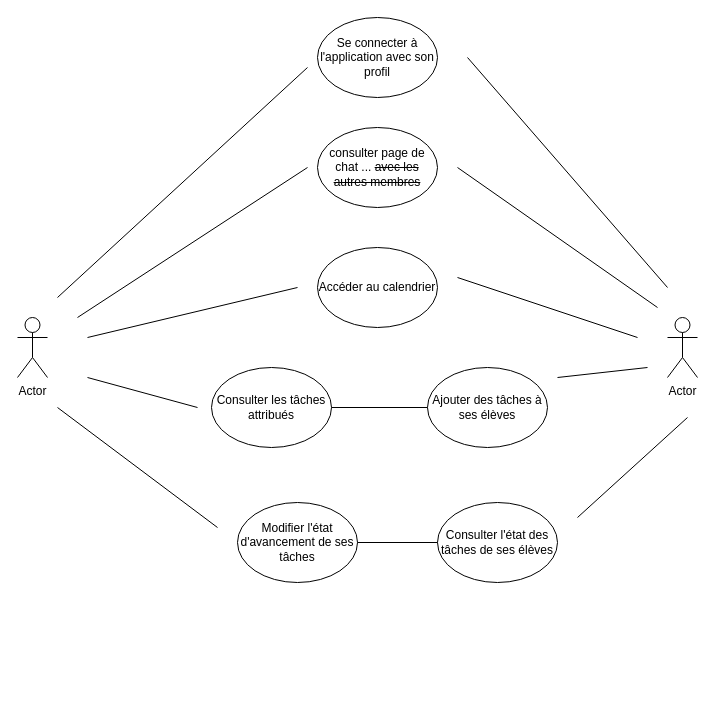
LouisMaupas/LouisMaupas_10_21022022 keeps this draw.io diagram as diagrammes de cas d’usage.drawio. Above is the earlier version. Source tidied: cells renumbered, new cells numbered last; positions are measured from the earlier drawing's top-left corner, leaving out a move shared by most shapes. Both pictures are drawn from the tidied source at 100%, with x=0, y=0 at pixel (17, 17).
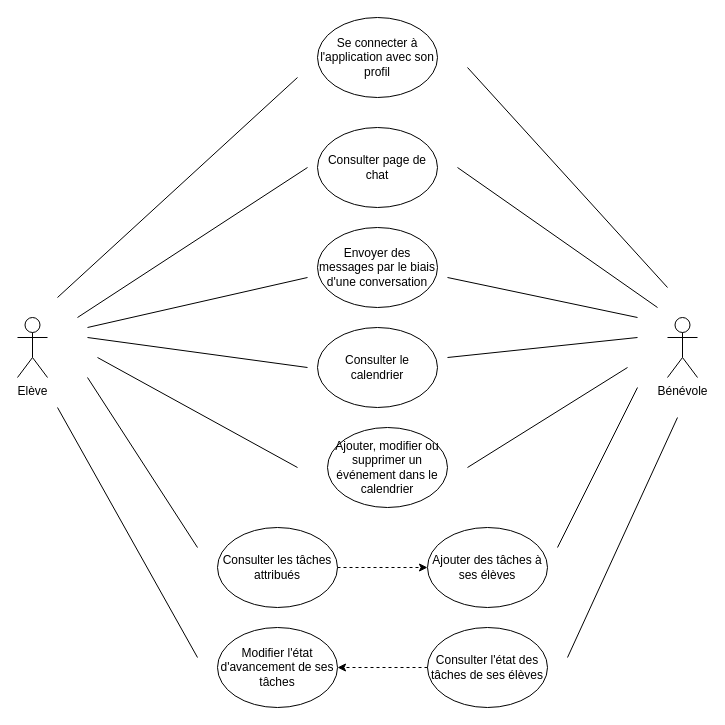
After the change.

Change to the diagram source:
```diff
@@
-    <mxCell id="2" value="Actor" style="shape=umlActor;verticalLabelPosition=bottom;verticalAlign=top;html=1;" parent="1" vertex="1">
+    <mxCell id="2" value="Elève" style="shape=umlActor;verticalLabelPosition=bottom;verticalAlign=top;html=1;" parent="1" vertex="1">
       <mxGeometry y="300" width="30" height="60" as="geometry" />
     </mxCell>
-    <mxCell id="3" value="consulter page de chat ... &lt;strike&gt;avec les autres membres&lt;/strike&gt;" style="ellipse;whiteSpace=wrap;html=1;" parent="1" vertex="1">
+    <mxCell id="3" value="Consulter page de chat" style="ellipse;whiteSpace=wrap;html=1;" parent="1" vertex="1">
       <mxGeometry x="300" y="110" width="120" height="80" as="geometry" />
     </mxCell>
-    <mxCell id="4" value="Accéder au calendrier" style="ellipse;whiteSpace=wrap;html=1;" parent="1" vertex="1">
-      <mxGeometry x="300" y="230" width="120" height="80" as="geometry" />
+    <mxCell id="4" value="Consulter le calendrier" style="ellipse;whiteSpace=wrap;html=1;" parent="1" vertex="1">
+      <mxGeometry x="300" y="310" width="120" height="80" as="geometry" />
     </mxCell>
     <mxCell id="5" value="Consulter l'état des tâches de ses élèves" style="ellipse;whiteSpace=wrap;html=1;" parent="1" vertex="1">
-      <mxGeometry x="420" y="485" width="120" height="80" as="geometry" />
+      <mxGeometry x="410" y="610" width="120" height="80" as="geometry" />
     </mxCell>
     <mxCell id="6" value="Consulter les tâches attribués" style="ellipse;whiteSpace=wrap;html=1;" parent="1" vertex="1">
-      <mxGeometry x="194" y="350" width="120" height="80" as="geometry" />
+      <mxGeometry x="200" y="510" width="120" height="80" as="geometry" />
     </mxCell>
     <mxCell id="7" value="Modifier l'état d'avancement de ses tâches" style="ellipse;whiteSpace=wrap;html=1;" parent="1" vertex="1">
-      <mxGeometry x="220" y="485" width="120" height="80" as="geometry" />
+      <mxGeometry x="200" y="610" width="120" height="80" as="geometry" />
     </mxCell>
-    <mxCell id="8" value="Actor" style="shape=umlActor;verticalLabelPosition=bottom;verticalAlign=top;html=1;" parent="1" vertex="1">
+    <mxCell id="8" value="Bénévole" style="shape=umlActor;verticalLabelPosition=bottom;verticalAlign=top;html=1;" parent="1" vertex="1">
       <mxGeometry x="650" y="300" width="30" height="60" as="geometry" />
     </mxCell>
@@
     <mxCell id="10" style="endArrow=none;html=1;rounded=0;" parent="1" edge="1">
       <mxGeometry relative="1" as="geometry">
         <mxPoint x="70" y="320" as="sourcePoint" />
-        <mxPoint x="280" y="270" as="targetPoint" />
+        <mxPoint x="290" y="350" as="targetPoint" />
       </mxGeometry>
     </mxCell>
     <mxCell id="11" style="endArrow=none;html=1;rounded=0;" parent="1" edge="1">
       <mxGeometry relative="1" as="geometry">
         <mxPoint x="70" y="360" as="sourcePoint" />
-        <mxPoint x="180" y="390" as="targetPoint" />
+        <mxPoint x="180" y="530" as="targetPoint" />
       </mxGeometry>
     </mxCell>
     <mxCell id="12" style="endArrow=none;html=1;rounded=0;" parent="1" edge="1">
       <mxGeometry relative="1" as="geometry">
         <mxPoint x="40" y="390" as="sourcePoint" />
-        <mxPoint x="200" y="510" as="targetPoint" />
+        <mxPoint x="180" y="640" as="targetPoint" />
       </mxGeometry>
     </mxCell>
@@
     <mxCell id="14" style="endArrow=none;html=1;rounded=0;" parent="1" edge="1">
       <mxGeometry relative="1" as="geometry">
-        <mxPoint x="540" y="360" as="sourcePoint" />
-        <mxPoint x="630" y="350" as="targetPoint" />
+        <mxPoint x="540" y="530" as="sourcePoint" />
+        <mxPoint x="620" y="370" as="targetPoint" />
       </mxGeometry>
     </mxCell>
     <mxCell id="15" value="Ajouter des tâches à ses élèves" style="ellipse;whiteSpace=wrap;html=1;" parent="1" vertex="1">
-      <mxGeometry x="410" y="350" width="120" height="80" as="geometry" />
+      <mxGeometry x="410" y="510" width="120" height="80" as="geometry" />
     </mxCell>
     <mxCell id="16" style="endArrow=none;html=1;rounded=0;" parent="1" edge="1">
       <mxGeometry relative="1" as="geometry">
-        <mxPoint x="440" y="260" as="sourcePoint" />
+        <mxPoint x="430" y="340" as="sourcePoint" />
         <mxPoint x="620" y="320" as="targetPoint" />
       </mxGeometry>
     </mxCell>
-    <mxCell id="17" style="endArrow=none;html=1;rounded=0;entryX=0;entryY=0.5;entryDx=0;entryDy=0;exitX=1;exitY=0.5;exitDx=0;exitDy=0;" parent="1" edge="1" source="6" target="15">
-      <mxGeometry relative="1" as="geometry" />
-    </mxCell>
     <mxCell id="18" style="endArrow=none;html=1;rounded=0;" parent="1" edge="1">
       <mxGeometry relative="1" as="geometry">
-        <mxPoint x="560" y="500" as="sourcePoint" />
-        <mxPoint x="670" y="400" as="targetPoint" />
+        <mxPoint x="550" y="640" as="sourcePoint" />
+        <mxPoint x="660" y="400" as="targetPoint" />
       </mxGeometry>
     </mxCell>
-    <mxCell id="19" style="endArrow=none;html=1;rounded=0;exitX=1;exitY=0.5;exitDx=0;exitDy=0;entryX=0;entryY=0.5;entryDx=0;entryDy=0;" parent="1" edge="1" source="7" target="5">
-      <mxGeometry relative="1" as="geometry" />
-    </mxCell>
@@
     <mxCell id="21" style="endArrow=none;html=1;rounded=0;" parent="1" edge="1">
       <mxGeometry relative="1" as="geometry">
         <mxPoint x="40" y="280" as="sourcePoint" />
-        <mxPoint x="290" y="50" as="targetPoint" />
+        <mxPoint x="280" y="60" as="targetPoint" />
       </mxGeometry>
     </mxCell>
     <mxCell id="22" style="endArrow=none;html=1;rounded=0;" parent="1" edge="1">
       <mxGeometry relative="1" as="geometry">
-        <mxPoint x="450" y="40" as="sourcePoint" />
+        <mxPoint x="450" y="50" as="sourcePoint" />
         <mxPoint x="650" y="270" as="targetPoint" />
       </mxGeometry>
     </mxCell>
+    <mxCell id="23" style="endArrow=classic;html=1;rounded=0;dashed=1;entryX=1;entryY=0.5;entryDx=0;entryDy=0;exitX=0;exitY=0.5;exitDx=0;exitDy=0;" parent="1" edge="1" source="5" target="7">
+      <mxGeometry relative="1" as="geometry" />
+    </mxCell>
+    <mxCell id="17" style="endArrow=classic;html=1;rounded=0;dashed=1;entryX=0;entryY=0.5;entryDx=0;entryDy=0;exitX=1;exitY=0.5;exitDx=0;exitDy=0;" parent="1" edge="1" source="6" target="15">
+      <mxGeometry relative="1" as="geometry" />
+    </mxCell>
+    <mxCell id="24" value="Ajouter, modifier ou supprimer un événement dans le calendrier" style="ellipse;whiteSpace=wrap;html=1;" parent="1" vertex="1">
+      <mxGeometry x="310" y="410" width="120" height="80" as="geometry" />
+    </mxCell>
+    <mxCell id="25" style="endArrow=none;html=1;rounded=0;" parent="1" edge="1">
+      <mxGeometry relative="1" as="geometry">
+        <mxPoint x="80" y="340" as="sourcePoint" />
+        <mxPoint x="280" y="450" as="targetPoint" />
+      </mxGeometry>
+    </mxCell>
+    <mxCell id="26" style="endArrow=none;html=1;rounded=0;" parent="1" edge="1">
+      <mxGeometry relative="1" as="geometry">
+        <mxPoint x="450" y="450" as="sourcePoint" />
+        <mxPoint x="610" y="350" as="targetPoint" />
+      </mxGeometry>
+    </mxCell>
+    <mxCell id="27" value="Envoyer des messages par le biais d'une conversation" style="ellipse;whiteSpace=wrap;html=1;" parent="1" vertex="1">
+      <mxGeometry x="300" y="210" width="120" height="80" as="geometry" />
+    </mxCell>
+    <mxCell id="28" style="endArrow=none;html=1;rounded=0;" parent="1" edge="1">
+      <mxGeometry relative="1" as="geometry">
+        <mxPoint x="70" y="310" as="sourcePoint" />
+        <mxPoint x="290" y="260" as="targetPoint" />
+      </mxGeometry>
+    </mxCell>
+    <mxCell id="29" style="endArrow=none;html=1;rounded=0;" parent="1" edge="1">
+      <mxGeometry relative="1" as="geometry">
+        <mxPoint x="430" y="260" as="sourcePoint" />
+        <mxPoint x="620" y="300" as="targetPoint" />
+      </mxGeometry>
+    </mxCell>
```
